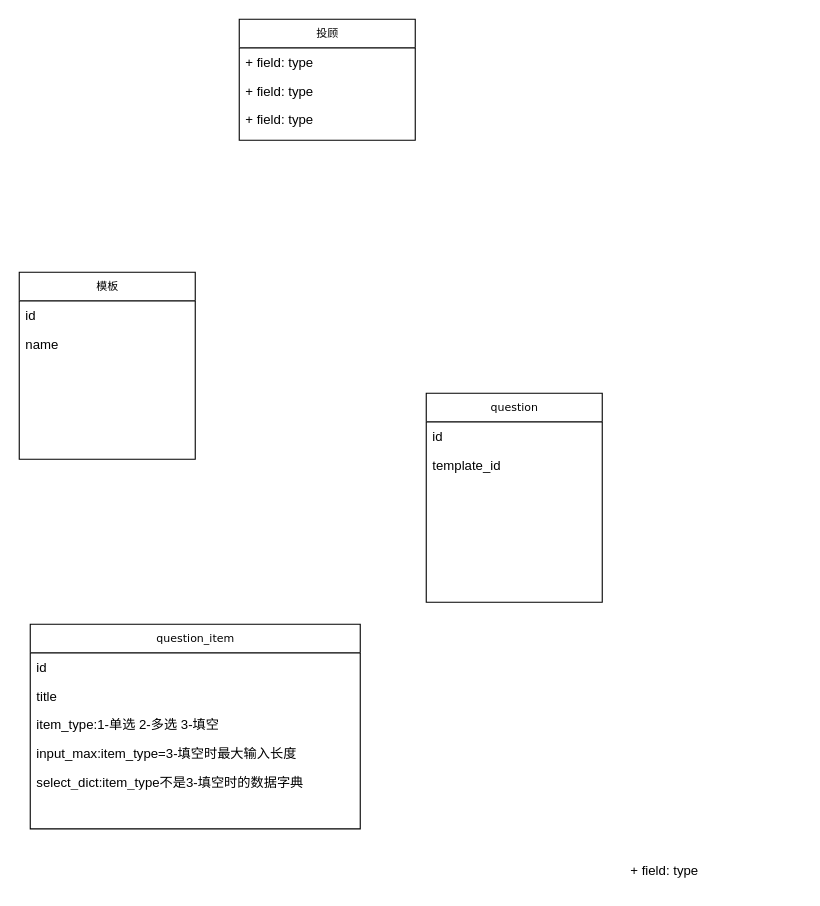
Before: 投顾尽调管理.drawio in shlei512/fundSys, a draw.io diagram. Source tidied: cells renumbered, new cells numbered last; positions are measured from the earlier drawing's top-left corner, leaving out a move shared by most shapes. Both pictures are drawn from the tidied source at 110%, with x=0, y=0 at pixel (19, 19).
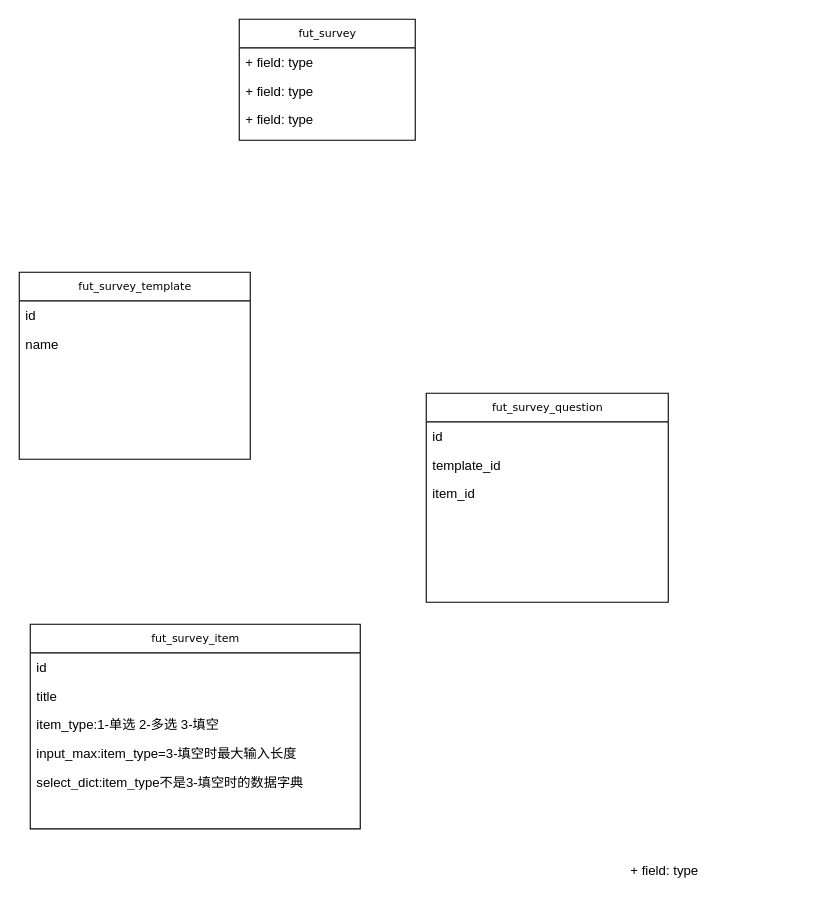
The same diagram, later.

Commit message:
更新投顾尽调管理.drawio

Diff of the diagram source:
```diff
@@
 <mxGraphModel>
   <root>
     <mxCell id="0" />
     <mxCell id="1" parent="0" />
-    <mxCell id="2" value="question_item" style="swimlane;html=1;fontStyle=0;horizontal=1;startSize=26;fillColor=none;swimlaneFillColor=#ffffff;rounded=0;shadow=0;comic=0;labelBackgroundColor=none;strokeWidth=1;fontFamily=Verdana;fontSize=10;align=center;" parent="1" vertex="1">
+    <mxCell id="2" value="fut_survey_item" style="swimlane;html=1;fontStyle=0;horizontal=1;startSize=26;fillColor=none;swimlaneFillColor=#ffffff;rounded=0;shadow=0;comic=0;labelBackgroundColor=none;strokeWidth=1;fontFamily=Verdana;fontSize=10;align=center;" parent="1" vertex="1">
       <mxGeometry x="10" y="550" width="300" height="186" as="geometry" />
     </mxCell>
     <mxCell id="3" value="id" style="text;html=1;strokeColor=none;fillColor=none;align=left;verticalAlign=top;spacingLeft=4;spacingRight=4;whiteSpace=wrap;overflow=hidden;" parent="2" vertex="1">
       <mxGeometry y="26" width="300" height="26" as="geometry" />
     </mxCell>
     <mxCell id="4" value="title" style="text;html=1;strokeColor=none;fillColor=none;align=left;verticalAlign=top;spacingLeft=4;spacingRight=4;whiteSpace=wrap;overflow=hidden;" parent="2" vertex="1">
       <mxGeometry y="52" width="300" height="26" as="geometry" />
     </mxCell>
     <mxCell id="5" value="item_type:1-单选 2-多选 3-填空" style="text;html=1;strokeColor=none;fillColor=none;align=left;verticalAlign=top;spacingLeft=4;spacingRight=4;whiteSpace=wrap;overflow=hidden;" parent="2" vertex="1">
       <mxGeometry y="78" width="300" height="26" as="geometry" />
     </mxCell>
     <mxCell id="6" value="input_max:item_type=3-填空时最大输入长度" style="text;html=1;strokeColor=none;fillColor=none;align=left;verticalAlign=top;spacingLeft=4;spacingRight=4;whiteSpace=wrap;overflow=hidden;" parent="2" vertex="1">
       <mxGeometry y="104" width="300" height="26" as="geometry" />
     </mxCell>
     <mxCell id="7" value="select_dict:item_type不是3-填空时的数据字典" style="text;html=1;strokeColor=none;fillColor=none;align=left;verticalAlign=top;spacingLeft=4;spacingRight=4;whiteSpace=wrap;overflow=hidden;" parent="2" vertex="1">
       <mxGeometry y="130" width="300" height="26" as="geometry" />
     </mxCell>
-    <mxCell id="8" value="投顾" style="swimlane;html=1;fontStyle=0;horizontal=1;startSize=26;fillColor=none;swimlaneFillColor=#ffffff;rounded=0;shadow=0;comic=0;labelBackgroundColor=none;strokeWidth=1;fontFamily=Verdana;fontSize=10;align=center;" parent="1" vertex="1">
+    <mxCell id="8" value="fut_survey" style="swimlane;html=1;fontStyle=0;horizontal=1;startSize=26;fillColor=none;swimlaneFillColor=#ffffff;rounded=0;shadow=0;comic=0;labelBackgroundColor=none;strokeWidth=1;fontFamily=Verdana;fontSize=10;align=center;" parent="1" vertex="1">
       <mxGeometry x="200" width="160" height="110" as="geometry" />
     </mxCell>
     <mxCell id="9" value="+ field: type" style="text;html=1;strokeColor=none;fillColor=none;align=left;verticalAlign=top;spacingLeft=4;spacingRight=4;whiteSpace=wrap;overflow=hidden;" parent="8" vertex="1">
       <mxGeometry y="26" width="160" height="26" as="geometry" />
     </mxCell>
     <mxCell id="10" value="+ field: type" style="text;html=1;strokeColor=none;fillColor=none;align=left;verticalAlign=top;spacingLeft=4;spacingRight=4;whiteSpace=wrap;overflow=hidden;" parent="8" vertex="1">
       <mxGeometry y="52" width="160" height="26" as="geometry" />
     </mxCell>
     <mxCell id="11" value="+ field: type" style="text;html=1;strokeColor=none;fillColor=none;align=left;verticalAlign=top;spacingLeft=4;spacingRight=4;whiteSpace=wrap;overflow=hidden;" parent="8" vertex="1">
       <mxGeometry y="78" width="160" height="26" as="geometry" />
     </mxCell>
-    <mxCell id="12" value="模板" style="swimlane;html=1;fontStyle=0;horizontal=1;startSize=26;fillColor=none;swimlaneFillColor=#ffffff;rounded=0;shadow=0;comic=0;labelBackgroundColor=none;strokeWidth=1;fontFamily=Verdana;fontSize=10;align=center;" parent="1" vertex="1">
-      <mxGeometry y="230" width="160" height="170" as="geometry" />
+    <mxCell id="12" value="fut_survey_template" style="swimlane;html=1;fontStyle=0;horizontal=1;startSize=26;fillColor=none;swimlaneFillColor=#ffffff;rounded=0;shadow=0;comic=0;labelBackgroundColor=none;strokeWidth=1;fontFamily=Verdana;fontSize=10;align=center;" parent="1" vertex="1">
+      <mxGeometry y="230" width="210" height="170" as="geometry" />
     </mxCell>
     <mxCell id="13" value="id" style="text;html=1;strokeColor=none;fillColor=none;align=left;verticalAlign=top;spacingLeft=4;spacingRight=4;whiteSpace=wrap;overflow=hidden;" parent="12" vertex="1">
-      <mxGeometry y="26" width="160" height="26" as="geometry" />
+      <mxGeometry y="26" width="210" height="26" as="geometry" />
     </mxCell>
     <mxCell id="14" value="name" style="text;html=1;strokeColor=none;fillColor=none;align=left;verticalAlign=top;spacingLeft=4;spacingRight=4;whiteSpace=wrap;overflow=hidden;" parent="12" vertex="1">
-      <mxGeometry y="52" width="160" height="26" as="geometry" />
+      <mxGeometry y="52" width="210" height="26" as="geometry" />
     </mxCell>
-    <mxCell id="15" value="question" style="swimlane;html=1;fontStyle=0;horizontal=1;startSize=26;fillColor=none;swimlaneFillColor=#ffffff;rounded=0;shadow=0;comic=0;labelBackgroundColor=none;strokeWidth=1;fontFamily=Verdana;fontSize=10;align=center;" parent="1" vertex="1">
-      <mxGeometry x="370" y="340" width="160" height="190" as="geometry" />
+    <mxCell id="15" value="fut_survey_question" style="swimlane;html=1;fontStyle=0;horizontal=1;startSize=26;fillColor=none;swimlaneFillColor=#ffffff;rounded=0;shadow=0;comic=0;labelBackgroundColor=none;strokeWidth=1;fontFamily=Verdana;fontSize=10;align=center;" parent="1" vertex="1">
+      <mxGeometry x="370" y="340" width="220" height="190" as="geometry" />
     </mxCell>
     <mxCell id="16" value="id" style="text;html=1;strokeColor=none;fillColor=none;align=left;verticalAlign=top;spacingLeft=4;spacingRight=4;whiteSpace=wrap;overflow=hidden;" parent="15" vertex="1">
-      <mxGeometry y="26" width="160" height="26" as="geometry" />
+      <mxGeometry y="26" width="220" height="26" as="geometry" />
     </mxCell>
     <mxCell id="17" value="template_id" style="text;html=1;strokeColor=none;fillColor=none;align=left;verticalAlign=top;spacingLeft=4;spacingRight=4;whiteSpace=wrap;overflow=hidden;" parent="15" vertex="1">
-      <mxGeometry y="52" width="160" height="26" as="geometry" />
+      <mxGeometry y="52" width="220" height="26" as="geometry" />
     </mxCell>
+    <mxCell id="19" value="item_id" style="text;html=1;strokeColor=none;fillColor=none;align=left;verticalAlign=top;spacingLeft=4;spacingRight=4;whiteSpace=wrap;overflow=hidden;" parent="15" vertex="1">
+      <mxGeometry y="78" width="220" height="26" as="geometry" />
+    </mxCell>
     <mxCell id="18" value="+ field: type" style="text;html=1;strokeColor=none;fillColor=none;align=left;verticalAlign=top;spacingLeft=4;spacingRight=4;whiteSpace=wrap;overflow=hidden;" parent="1" vertex="1">
       <mxGeometry x="550" y="760" width="160" height="26" as="geometry" />
     </mxCell>
   </root>
 </mxGraphModel>
```
